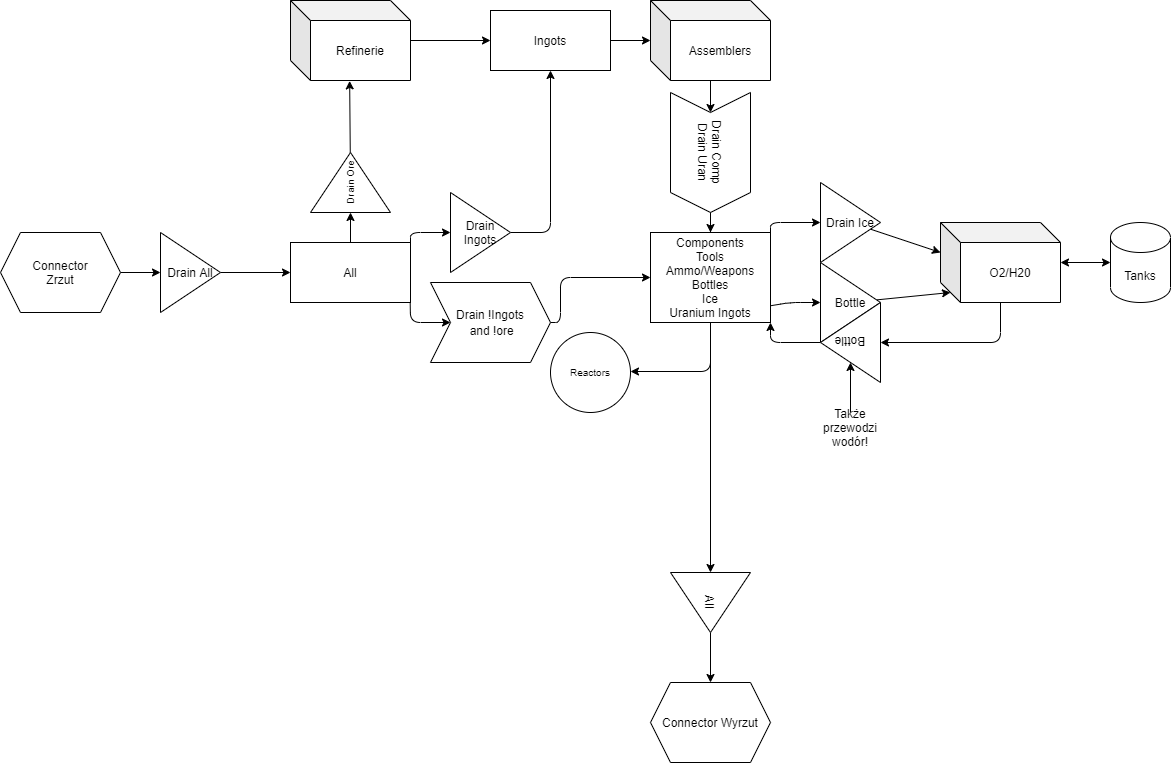
shoter/SpaceEngineersScripts keeps this draw.io diagram as schematics/conveyors.drawio.png. Above is the earlier version. Source tidied: cells renumbered, new cells last; positions are measured from the earlier drawing's top-left corner, leaving out a move shared by most shapes.
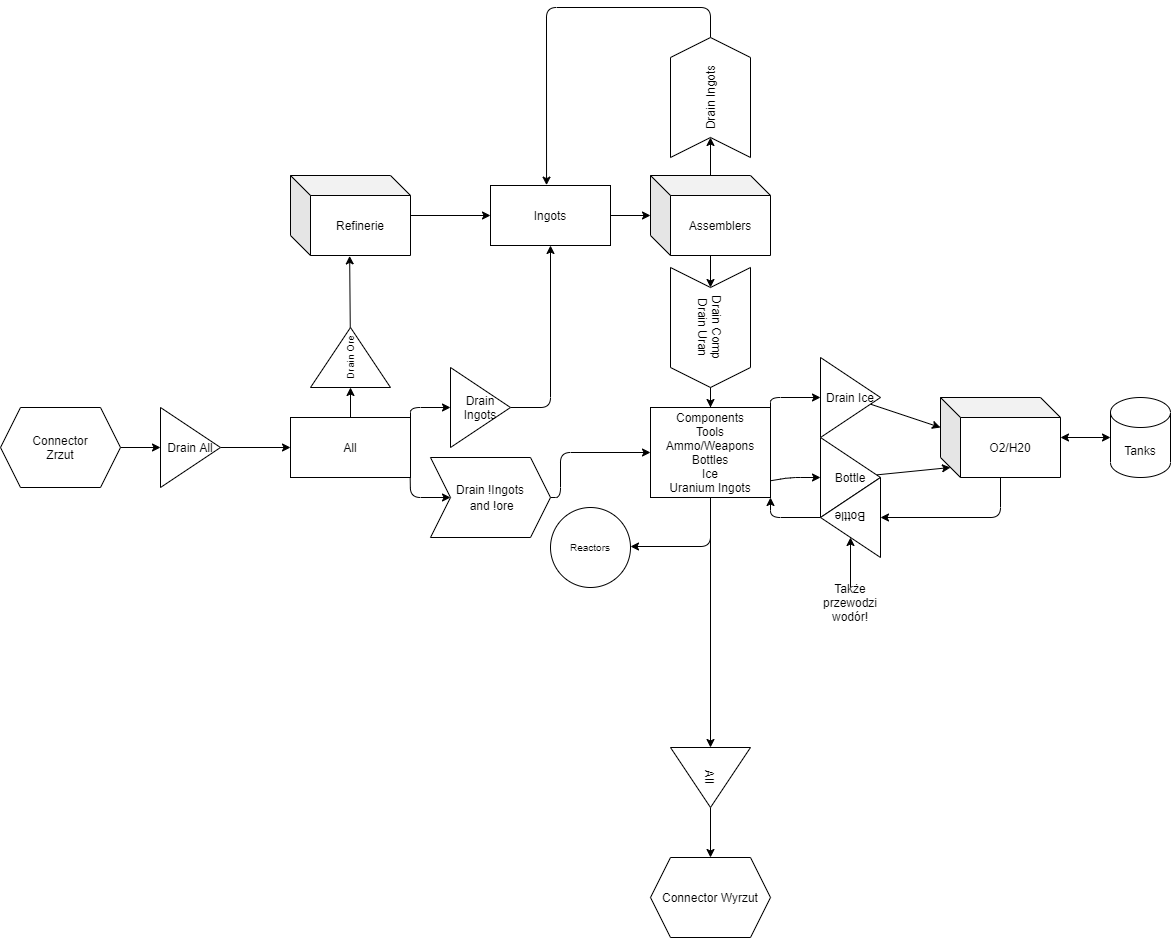
Above is the later version.

Commit message:
feat: assembler cleaner

Diff of the diagram source:
```diff
@@ -74,6 +74,9 @@
     <mxCell id="19" style="edgeStyle=none;html=1;entryX=0;entryY=0.5;entryDx=0;entryDy=0;fontSize=10;startArrow=none;startFill=0;" parent="1" edge="1" source="20" target="43">
       <mxGeometry relative="1" as="geometry" />
     </mxCell>
+    <mxCell id="45" style="edgeStyle=none;html=1;entryX=0;entryY=0.5;entryDx=0;entryDy=0;" parent="1" edge="1" source="20" target="47">
+      <mxGeometry relative="1" as="geometry" />
+    </mxCell>
     <mxCell id="20" value="Assemblers" style="shape=cube;whiteSpace=wrap;html=1;boundedLbl=1;backgroundOutline=1;darkOpacity=0.05;darkOpacity2=0.1;" parent="1" vertex="1">
       <mxGeometry x="650" width="120" height="80" as="geometry" />
     </mxCell>
@@ -171,5 +174,16 @@
     <mxCell id="44" value="Reactors" style="ellipse;whiteSpace=wrap;html=1;fontSize=10;" parent="1" vertex="1">
       <mxGeometry x="550" y="332" width="80" height="80" as="geometry" />
     </mxCell>
+    <mxCell id="46" style="edgeStyle=none;html=1;entryX=0.467;entryY=-0.006;entryDx=0;entryDy=0;entryPerimeter=0;" parent="1" edge="1" source="47" target="15">
+      <mxGeometry relative="1" as="geometry">
+        <Array as="points">
+          <mxPoint x="710" y="-168" />
+          <mxPoint x="546" y="-168" />
+        </Array>
+      </mxGeometry>
+    </mxCell>
+    <mxCell id="47" value="&lt;span style=&quot;font-size: 12px&quot;&gt;Drain Ingots&lt;br&gt;&lt;/span&gt;" style="shape=step;perimeter=stepPerimeter;whiteSpace=wrap;html=1;fixedSize=1;fontSize=10;rotation=-90;" parent="1" vertex="1">
+      <mxGeometry x="650" y="-118" width="120" height="80" as="geometry" />
+    </mxCell>
   </root>
 </mxGraphModel>
```
